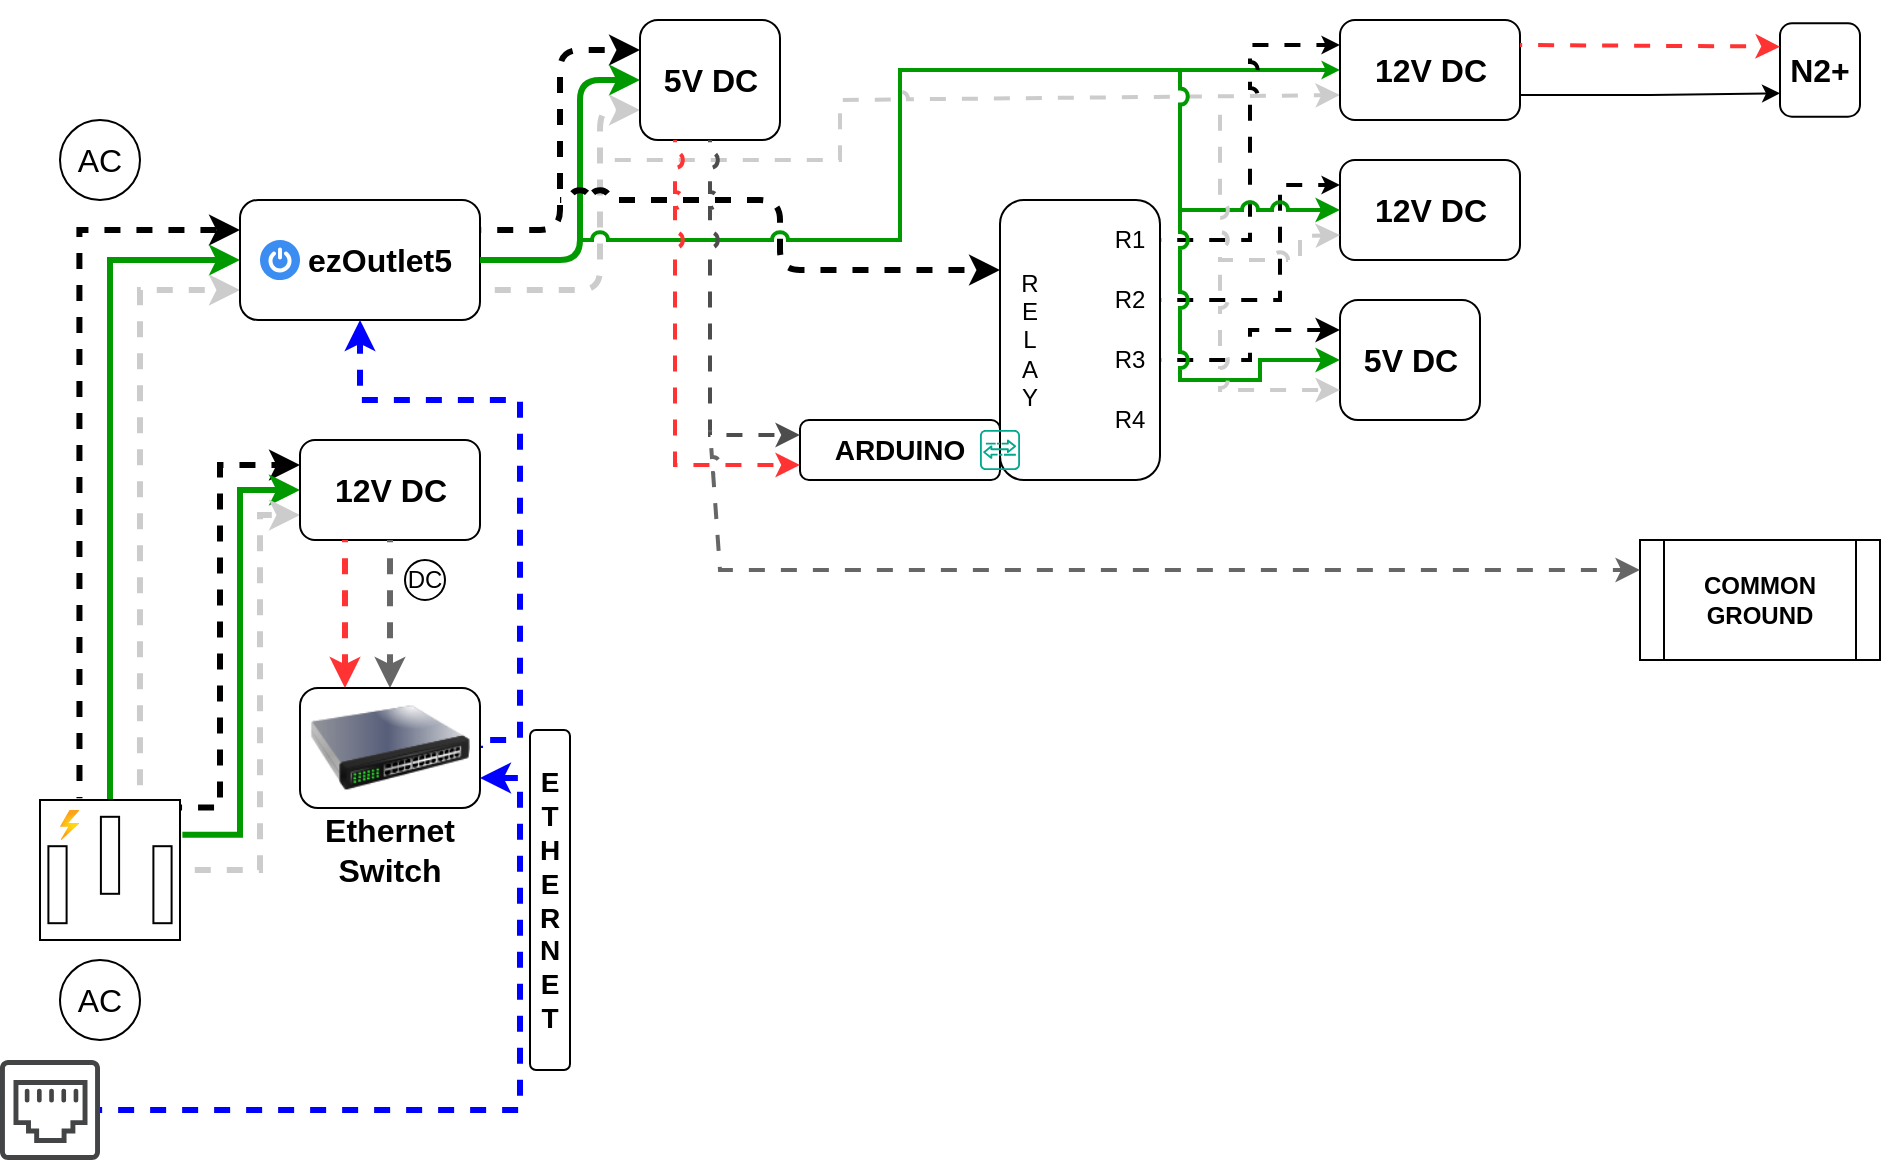
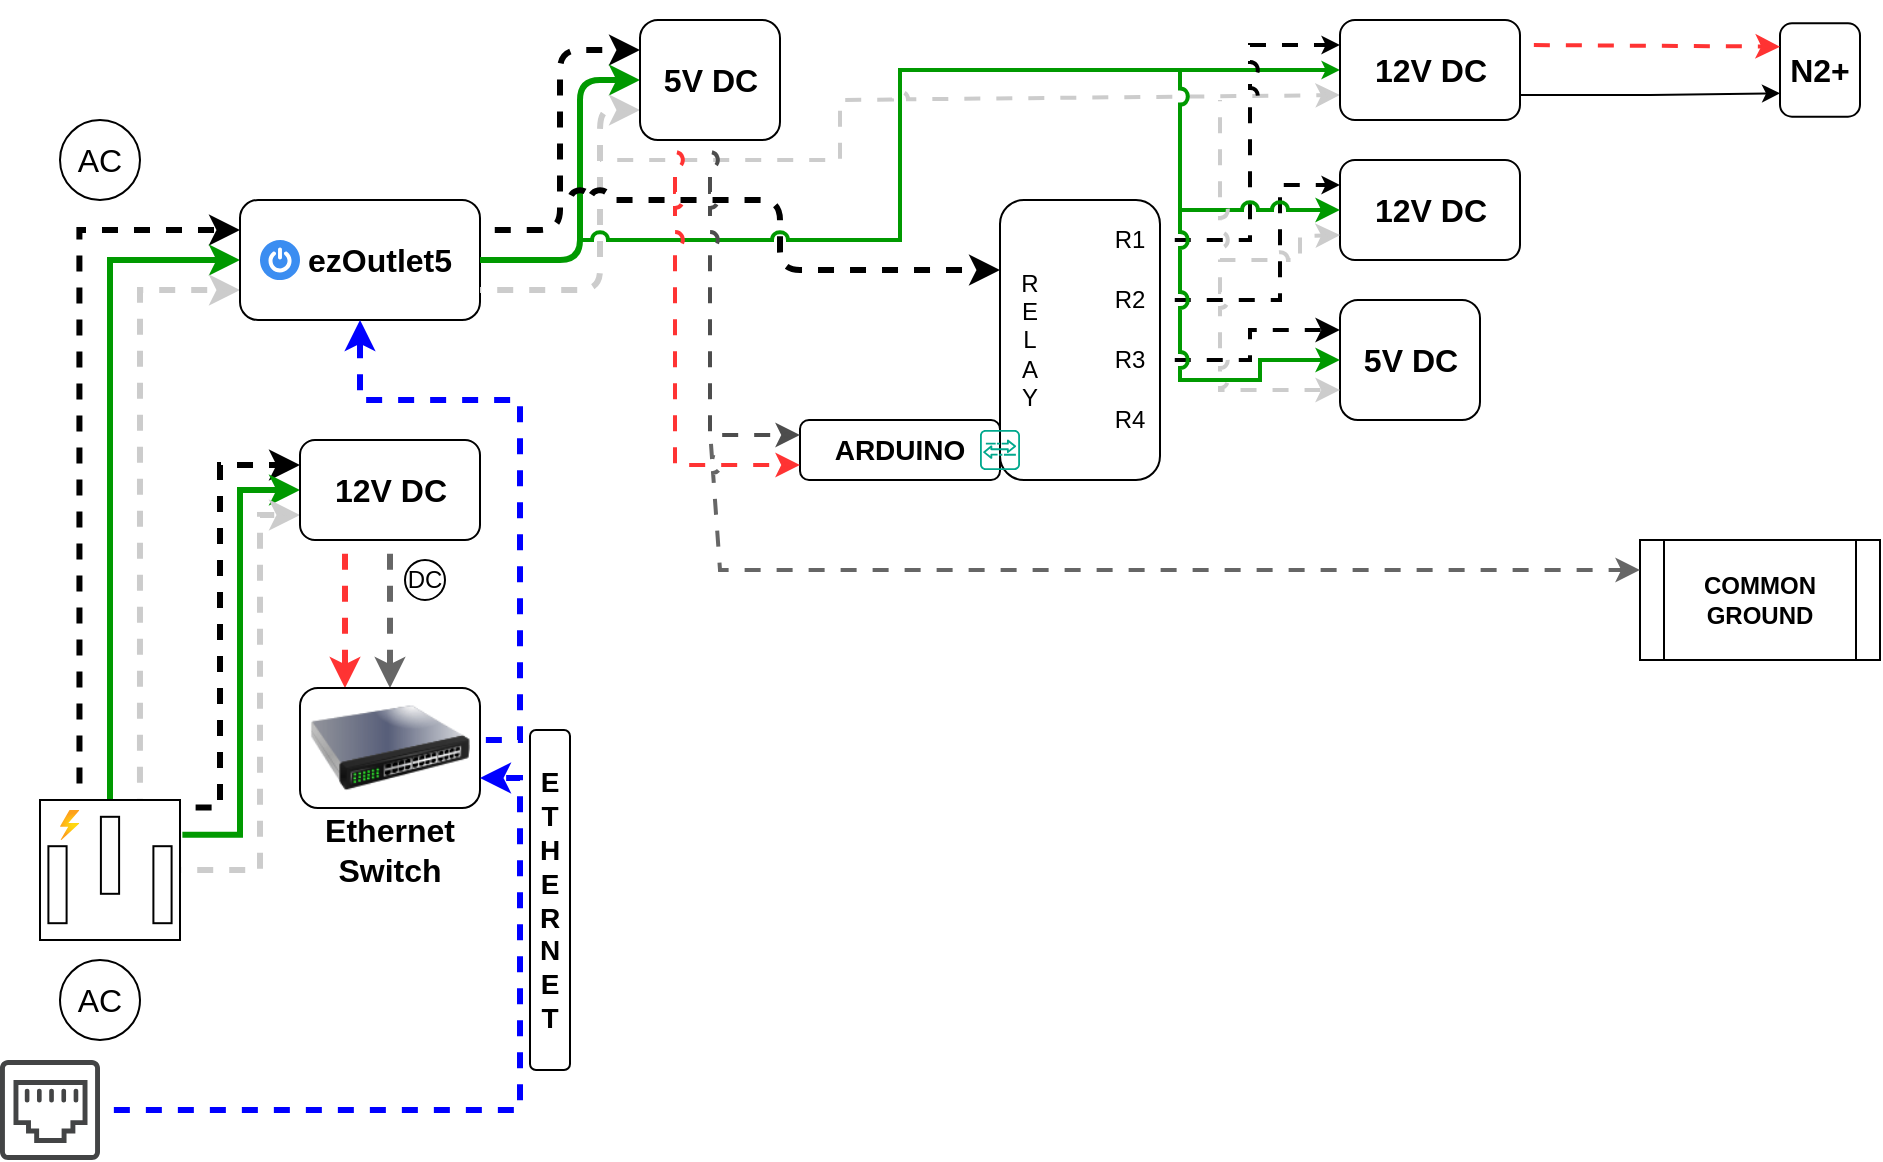
<mxfile host="app.diagrams.net" agent="Mozilla/5.0 (Windows NT 10.0; Win64; x64) AppleWebKit/537.36 (KHTML, like Gecko) Chrome/131.0.0.0 Safari/537.36 Edg/131.0.0.0" version="25.0.3">
  <diagram name="Page-1" id="VlRkN-xOVygPYa-iD9Ir">
    <mxGraphModel dx="724" dy="454" grid="1" gridSize="10" guides="1" tooltips="1" connect="1" arrows="1" fold="1" page="1" pageScale="1" pageWidth="1600" pageHeight="900" background="none" math="0" shadow="0">
      <root>
        <mxCell id="0" />
        <mxCell id="1" parent="0" />
-         <mxCell id="JVLtuT8sySUBbFbLTn6r-3" style="edgeStyle=orthogonalEdgeStyle;rounded=0;orthogonalLoop=1;jettySize=auto;html=1;entryX=0;entryY=0.25;entryDx=0;entryDy=0;exitX=0.282;exitY=-0.013;exitDx=0;exitDy=0;exitPerimeter=0;strokeWidth=3;flowAnimation=1;flowAnimationDirection=alternate;flowAnimationTimingFunction=ease-in-out;flowAnimationDuration=1500;" parent="1" source="pD8juBFKP1GN8B8eYQTb-1" target="pD8juBFKP1GN8B8eYQTb-3" edge="1">
-           <mxGeometry relative="1" as="geometry" />
-         </mxCell>
-         <mxCell id="JVLtuT8sySUBbFbLTn6r-4" style="edgeStyle=orthogonalEdgeStyle;rounded=0;orthogonalLoop=1;jettySize=auto;html=1;exitX=0.5;exitY=0;exitDx=0;exitDy=0;exitPerimeter=0;entryX=0;entryY=0.5;entryDx=0;entryDy=0;strokeColor=#009900;strokeWidth=3;" parent="1" source="pD8juBFKP1GN8B8eYQTb-1" target="pD8juBFKP1GN8B8eYQTb-3" edge="1">
-           <mxGeometry relative="1" as="geometry" />
-         </mxCell>
-         <mxCell id="JVLtuT8sySUBbFbLTn6r-5" style="edgeStyle=orthogonalEdgeStyle;rounded=0;orthogonalLoop=1;jettySize=auto;html=1;entryX=0;entryY=0.75;entryDx=0;entryDy=0;exitX=0.714;exitY=0;exitDx=0;exitDy=0;exitPerimeter=0;strokeWidth=3;strokeColor=#CCCCCC;flowAnimation=1;flowAnimationDirection=alternate-reverse;flowAnimationTimingFunction=ease-in-out;flowAnimationDuration=1500;" parent="1" source="pD8juBFKP1GN8B8eYQTb-1" target="pD8juBFKP1GN8B8eYQTb-3" edge="1">
+         <mxCell id="JVLtuT8sySUBbFbLTn6r-3" style="edgeStyle=orthogonalEdgeStyle;rounded=0;orthogonalLoop=1;jettySize=auto;html=1;entryX=0;entryY=0.25;entryDx=0;entryDy=0;exitX=0.282;exitY=-0.013;exitDx=0;exitDy=0;exitPerimeter=0;strokeWidth=3;flowAnimation=1;flowAnimationDirection=alternate;flowAnimationTimingFunction=ease-in-out;flowAnimationDuration=1500;jumpStyle=arc;" parent="1" source="pD8juBFKP1GN8B8eYQTb-1" target="pD8juBFKP1GN8B8eYQTb-3" edge="1">
+           <mxGeometry relative="1" as="geometry" />
+         </mxCell>
+         <mxCell id="JVLtuT8sySUBbFbLTn6r-4" style="edgeStyle=orthogonalEdgeStyle;rounded=0;orthogonalLoop=1;jettySize=auto;html=1;exitX=0.5;exitY=0;exitDx=0;exitDy=0;exitPerimeter=0;entryX=0;entryY=0.5;entryDx=0;entryDy=0;strokeColor=#009900;strokeWidth=3;jumpStyle=arc;" parent="1" source="pD8juBFKP1GN8B8eYQTb-1" target="pD8juBFKP1GN8B8eYQTb-3" edge="1">
+           <mxGeometry relative="1" as="geometry" />
+         </mxCell>
+         <mxCell id="JVLtuT8sySUBbFbLTn6r-5" style="edgeStyle=orthogonalEdgeStyle;rounded=0;orthogonalLoop=1;jettySize=auto;html=1;entryX=0;entryY=0.75;entryDx=0;entryDy=0;exitX=0.714;exitY=0;exitDx=0;exitDy=0;exitPerimeter=0;strokeWidth=3;strokeColor=#CCCCCC;flowAnimation=1;flowAnimationDirection=alternate-reverse;flowAnimationTimingFunction=ease-in-out;flowAnimationDuration=1500;jumpStyle=arc;" parent="1" source="pD8juBFKP1GN8B8eYQTb-1" target="pD8juBFKP1GN8B8eYQTb-3" edge="1">
          <mxGeometry relative="1" as="geometry">
            <mxPoint x="120" y="320" as="targetPoint" />
          </mxGeometry>
        </mxCell>
-         <mxCell id="JVLtuT8sySUBbFbLTn6r-6" style="edgeStyle=orthogonalEdgeStyle;rounded=0;orthogonalLoop=1;jettySize=auto;html=1;entryX=0;entryY=0.25;entryDx=0;entryDy=0;exitX=1.006;exitY=0.054;exitDx=0;exitDy=0;exitPerimeter=0;strokeWidth=3;flowAnimation=1;flowAnimationDirection=alternate;flowAnimationTimingFunction=ease-in-out;flowAnimationDuration=1500;" parent="1" source="pD8juBFKP1GN8B8eYQTb-1" target="pD8juBFKP1GN8B8eYQTb-24" edge="1">
+         <mxCell id="JVLtuT8sySUBbFbLTn6r-6" style="edgeStyle=orthogonalEdgeStyle;rounded=0;orthogonalLoop=1;jettySize=auto;html=1;entryX=0;entryY=0.25;entryDx=0;entryDy=0;exitX=1.006;exitY=0.054;exitDx=0;exitDy=0;exitPerimeter=0;strokeWidth=3;flowAnimation=1;flowAnimationDirection=alternate;flowAnimationTimingFunction=ease-in-out;flowAnimationDuration=1500;jumpStyle=arc;" parent="1" source="pD8juBFKP1GN8B8eYQTb-1" target="pD8juBFKP1GN8B8eYQTb-24" edge="1">
          <mxGeometry relative="1" as="geometry">
            <Array as="points">
              <mxPoint x="120" y="404" />
              <mxPoint x="120" y="233" />
            </Array>
          </mxGeometry>
        </mxCell>
-         <mxCell id="JVLtuT8sySUBbFbLTn6r-7" style="edgeStyle=orthogonalEdgeStyle;rounded=0;orthogonalLoop=1;jettySize=auto;html=1;entryX=0;entryY=0.5;entryDx=0;entryDy=0;exitX=1.017;exitY=0.249;exitDx=0;exitDy=0;exitPerimeter=0;strokeWidth=3;strokeColor=#009900;" parent="1" source="pD8juBFKP1GN8B8eYQTb-1" target="pD8juBFKP1GN8B8eYQTb-24" edge="1">
-           <mxGeometry relative="1" as="geometry" />
-         </mxCell>
-         <mxCell id="JVLtuT8sySUBbFbLTn6r-8" style="edgeStyle=orthogonalEdgeStyle;rounded=0;orthogonalLoop=1;jettySize=auto;html=1;entryX=0;entryY=0.75;entryDx=0;entryDy=0;strokeColor=#CCCCCC;strokeWidth=3;flowAnimation=1;flowAnimationDirection=alternate-reverse;flowAnimationTimingFunction=ease-in-out;flowAnimationDuration=1500;" parent="1" source="pD8juBFKP1GN8B8eYQTb-1" target="pD8juBFKP1GN8B8eYQTb-24" edge="1">
+         <mxCell id="JVLtuT8sySUBbFbLTn6r-7" style="edgeStyle=orthogonalEdgeStyle;rounded=0;orthogonalLoop=1;jettySize=auto;html=1;entryX=0;entryY=0.5;entryDx=0;entryDy=0;exitX=1.017;exitY=0.249;exitDx=0;exitDy=0;exitPerimeter=0;strokeWidth=3;strokeColor=#009900;jumpStyle=arc;" parent="1" source="pD8juBFKP1GN8B8eYQTb-1" target="pD8juBFKP1GN8B8eYQTb-24" edge="1">
+           <mxGeometry relative="1" as="geometry" />
+         </mxCell>
+         <mxCell id="JVLtuT8sySUBbFbLTn6r-8" style="edgeStyle=orthogonalEdgeStyle;rounded=0;orthogonalLoop=1;jettySize=auto;html=1;entryX=0;entryY=0.75;entryDx=0;entryDy=0;strokeColor=#CCCCCC;strokeWidth=3;flowAnimation=1;flowAnimationDirection=alternate-reverse;flowAnimationTimingFunction=ease-in-out;flowAnimationDuration=1500;jumpStyle=arc;" parent="1" source="pD8juBFKP1GN8B8eYQTb-1" target="pD8juBFKP1GN8B8eYQTb-24" edge="1">
          <mxGeometry relative="1" as="geometry">
            <Array as="points">
              <mxPoint x="140" y="435" />
              <mxPoint x="140" y="258" />
            </Array>
          </mxGeometry>
        </mxCell>
        <mxCell id="JVLtuT8sySUBbFbLTn6r-1" value="" style="group" parent="1" vertex="1" connectable="0">
          <mxGeometry x="30" y="480" width="60" height="40" as="geometry" />
        </mxCell>
        <mxCell id="pD8juBFKP1GN8B8eYQTb-22" value="AC" style="text;html=1;align=center;verticalAlign=middle;whiteSpace=wrap;rounded=0;fontSize=16;" parent="JVLtuT8sySUBbFbLTn6r-1" vertex="1">
          <mxGeometry y="5" width="60" height="30" as="geometry" />
        </mxCell>
        <mxCell id="pD8juBFKP1GN8B8eYQTb-23" value="" style="ellipse;whiteSpace=wrap;html=1;fillColor=none;" parent="JVLtuT8sySUBbFbLTn6r-1" vertex="1">
          <mxGeometry x="10" width="40" height="40" as="geometry" />
        </mxCell>
        <mxCell id="JVLtuT8sySUBbFbLTn6r-2" value="" style="group" parent="1" vertex="1" connectable="0">
          <mxGeometry x="30" y="60" width="60" height="40" as="geometry" />
        </mxCell>
        <mxCell id="pD8juBFKP1GN8B8eYQTb-9" value="" style="ellipse;whiteSpace=wrap;html=1;fillColor=none;" parent="JVLtuT8sySUBbFbLTn6r-2" vertex="1">
          <mxGeometry x="10" width="40" height="40" as="geometry" />
        </mxCell>
        <mxCell id="pD8juBFKP1GN8B8eYQTb-11" value="AC" style="text;html=1;align=center;verticalAlign=middle;whiteSpace=wrap;rounded=0;fontSize=16;" parent="JVLtuT8sySUBbFbLTn6r-2" vertex="1">
          <mxGeometry y="5" width="60" height="30" as="geometry" />
        </mxCell>
        <mxCell id="JVLtuT8sySUBbFbLTn6r-9" value="" style="group" parent="1" vertex="1" connectable="0">
          <mxGeometry x="130" y="100" width="120" height="60" as="geometry" />
        </mxCell>
        <mxCell id="JVLtuT8sySUBbFbLTn6r-16" value="" style="group" parent="JVLtuT8sySUBbFbLTn6r-9" vertex="1" connectable="0">
          <mxGeometry width="120" height="60" as="geometry" />
        </mxCell>
        <mxCell id="pD8juBFKP1GN8B8eYQTb-3" value="" style="rounded=1;whiteSpace=wrap;html=1;" parent="JVLtuT8sySUBbFbLTn6r-16" vertex="1">
          <mxGeometry width="120" height="60" as="geometry" />
        </mxCell>
        <mxCell id="JVLtuT8sySUBbFbLTn6r-13" value="" style="sketch=0;html=1;aspect=fixed;strokeColor=none;shadow=0;fillColor=#3B8DF1;verticalAlign=top;labelPosition=center;verticalLabelPosition=bottom;shape=mxgraph.gcp2.a7_power" parent="JVLtuT8sySUBbFbLTn6r-16" vertex="1">
          <mxGeometry x="10" y="20" width="20" height="20" as="geometry" />
        </mxCell>
        <mxCell id="pD8juBFKP1GN8B8eYQTb-15" value="&lt;b&gt;ezOutlet5&lt;/b&gt;" style="text;html=1;align=center;verticalAlign=middle;whiteSpace=wrap;rounded=0;fontSize=16;" parent="JVLtuT8sySUBbFbLTn6r-16" vertex="1">
          <mxGeometry x="40" y="10" width="60" height="40" as="geometry" />
        </mxCell>
        <mxCell id="JVLtuT8sySUBbFbLTn6r-11" value="" style="group" parent="1" vertex="1" connectable="0">
          <mxGeometry x="160" y="220" width="90" height="50" as="geometry" />
        </mxCell>
        <mxCell id="JVLtuT8sySUBbFbLTn6r-72" value="" style="group" parent="JVLtuT8sySUBbFbLTn6r-11" vertex="1" connectable="0">
          <mxGeometry width="90" height="50" as="geometry" />
        </mxCell>
        <mxCell id="pD8juBFKP1GN8B8eYQTb-24" value="" style="rounded=1;whiteSpace=wrap;html=1;" parent="JVLtuT8sySUBbFbLTn6r-72" vertex="1">
          <mxGeometry width="90" height="50" as="geometry" />
        </mxCell>
        <mxCell id="JVLtuT8sySUBbFbLTn6r-10" value="&lt;font style=&quot;font-size: 16px;&quot;&gt;&lt;b&gt;12V DC&lt;/b&gt;&lt;/font&gt;" style="text;html=1;align=center;verticalAlign=middle;whiteSpace=wrap;rounded=0;" parent="JVLtuT8sySUBbFbLTn6r-72" vertex="1">
          <mxGeometry x="15.75" y="10" width="58.5" height="30" as="geometry" />
        </mxCell>
        <mxCell id="JVLtuT8sySUBbFbLTn6r-18" value="" style="group" parent="1" vertex="1" connectable="0">
          <mxGeometry x="30" y="400" width="70" height="70" as="geometry" />
        </mxCell>
        <mxCell id="pD8juBFKP1GN8B8eYQTb-1" value="" style="pointerEvents=1;verticalLabelPosition=bottom;shadow=0;dashed=0;align=center;html=1;verticalAlign=top;shape=mxgraph.electrical.miscellaneous.ac_out" parent="JVLtuT8sySUBbFbLTn6r-18" vertex="1">
          <mxGeometry width="70" height="70" as="geometry" />
        </mxCell>
        <mxCell id="JVLtuT8sySUBbFbLTn6r-12" value="" style="image;aspect=fixed;html=1;points=[];align=center;fontSize=12;image=img/lib/azure2/general/Power.svg;" parent="JVLtuT8sySUBbFbLTn6r-18" vertex="1">
          <mxGeometry x="10" y="5" width="9.72" height="15" as="geometry" />
        </mxCell>
-         <mxCell id="JVLtuT8sySUBbFbLTn6r-23" style="edgeStyle=orthogonalEdgeStyle;rounded=0;orthogonalLoop=1;jettySize=auto;html=1;entryX=0.25;entryY=0;entryDx=0;entryDy=0;exitX=0.25;exitY=1;exitDx=0;exitDy=0;strokeColor=#FF3333;strokeWidth=3;flowAnimation=1;" parent="1" source="pD8juBFKP1GN8B8eYQTb-24" target="JVLtuT8sySUBbFbLTn6r-19" edge="1">
+         <mxCell id="JVLtuT8sySUBbFbLTn6r-23" style="edgeStyle=orthogonalEdgeStyle;rounded=0;orthogonalLoop=1;jettySize=auto;html=1;entryX=0.25;entryY=0;entryDx=0;entryDy=0;exitX=0.25;exitY=1;exitDx=0;exitDy=0;strokeColor=#FF3333;strokeWidth=3;flowAnimation=1;jumpStyle=arc;" parent="1" source="pD8juBFKP1GN8B8eYQTb-24" target="JVLtuT8sySUBbFbLTn6r-19" edge="1">
          <mxGeometry relative="1" as="geometry" />
        </mxCell>
        <mxCell id="JVLtuT8sySUBbFbLTn6r-28" value="" style="group" parent="1" vertex="1" connectable="0">
          <mxGeometry x="210" y="280" width="25" height="20" as="geometry" />
        </mxCell>
        <mxCell id="JVLtuT8sySUBbFbLTn6r-26" value="" style="ellipse;whiteSpace=wrap;html=1;aspect=fixed;" parent="JVLtuT8sySUBbFbLTn6r-28" vertex="1">
          <mxGeometry x="2.5" width="20" height="20" as="geometry" />
        </mxCell>
        <mxCell id="JVLtuT8sySUBbFbLTn6r-27" value="&lt;font&gt;DC&lt;/font&gt;" style="text;html=1;align=center;verticalAlign=middle;whiteSpace=wrap;rounded=0;" parent="JVLtuT8sySUBbFbLTn6r-28" vertex="1">
          <mxGeometry y="2.5" width="25" height="15" as="geometry" />
        </mxCell>
-         <mxCell id="JVLtuT8sySUBbFbLTn6r-29" style="edgeStyle=orthogonalEdgeStyle;rounded=0;orthogonalLoop=1;jettySize=auto;html=1;exitX=0.5;exitY=1;exitDx=0;exitDy=0;entryX=0.5;entryY=0;entryDx=0;entryDy=0;strokeWidth=3;flowAnimation=1;strokeColor=#666666;" parent="1" source="pD8juBFKP1GN8B8eYQTb-24" target="JVLtuT8sySUBbFbLTn6r-19" edge="1">
-           <mxGeometry relative="1" as="geometry" />
-         </mxCell>
-         <mxCell id="JVLtuT8sySUBbFbLTn6r-30" style="edgeStyle=orthogonalEdgeStyle;rounded=0;orthogonalLoop=1;jettySize=auto;html=1;exitX=1;exitY=0.5;exitDx=0;exitDy=0;entryX=0.5;entryY=1;entryDx=0;entryDy=0;strokeColor=#0000FF;strokeWidth=3;flowAnimation=1;" parent="1" source="JVLtuT8sySUBbFbLTn6r-19" target="pD8juBFKP1GN8B8eYQTb-3" edge="1">
+         <mxCell id="JVLtuT8sySUBbFbLTn6r-29" style="edgeStyle=orthogonalEdgeStyle;rounded=0;orthogonalLoop=1;jettySize=auto;html=1;exitX=0.5;exitY=1;exitDx=0;exitDy=0;entryX=0.5;entryY=0;entryDx=0;entryDy=0;strokeWidth=3;flowAnimation=1;strokeColor=#666666;jumpStyle=arc;" parent="1" source="pD8juBFKP1GN8B8eYQTb-24" target="JVLtuT8sySUBbFbLTn6r-19" edge="1">
+           <mxGeometry relative="1" as="geometry" />
+         </mxCell>
+         <mxCell id="JVLtuT8sySUBbFbLTn6r-30" style="edgeStyle=orthogonalEdgeStyle;rounded=0;orthogonalLoop=1;jettySize=auto;html=1;exitX=1;exitY=0.5;exitDx=0;exitDy=0;entryX=0.5;entryY=1;entryDx=0;entryDy=0;strokeColor=#0000FF;strokeWidth=3;flowAnimation=1;jumpStyle=arc;" parent="1" source="JVLtuT8sySUBbFbLTn6r-19" target="pD8juBFKP1GN8B8eYQTb-3" edge="1">
          <mxGeometry relative="1" as="geometry">
            <Array as="points">
              <mxPoint x="270" y="370" />
              <mxPoint x="270" y="200" />
              <mxPoint x="190" y="200" />
            </Array>
          </mxGeometry>
        </mxCell>
        <mxCell id="JVLtuT8sySUBbFbLTn6r-33" value="" style="rounded=1;whiteSpace=wrap;html=1;" parent="1" vertex="1">
          <mxGeometry x="510" y="100" width="80" height="140" as="geometry" />
        </mxCell>
-         <mxCell id="JVLtuT8sySUBbFbLTn6r-35" style="edgeStyle=orthogonalEdgeStyle;rounded=1;orthogonalLoop=1;jettySize=auto;html=1;exitX=1;exitY=0.25;exitDx=0;exitDy=0;entryX=0;entryY=0.25;entryDx=0;entryDy=0;curved=0;strokeWidth=3;flowAnimation=1;flowAnimationDirection=alternate;flowAnimationTimingFunction=ease-in-out;flowAnimationDuration=1500;" parent="1" source="pD8juBFKP1GN8B8eYQTb-3" target="JVLtuT8sySUBbFbLTn6r-34" edge="1">
-           <mxGeometry relative="1" as="geometry" />
-         </mxCell>
-         <mxCell id="JVLtuT8sySUBbFbLTn6r-36" style="edgeStyle=orthogonalEdgeStyle;rounded=1;orthogonalLoop=1;jettySize=auto;html=1;exitX=1;exitY=0.5;exitDx=0;exitDy=0;entryX=0;entryY=0.5;entryDx=0;entryDy=0;curved=0;strokeWidth=3;strokeColor=#009900;" parent="1" source="pD8juBFKP1GN8B8eYQTb-3" target="JVLtuT8sySUBbFbLTn6r-34" edge="1">
+         <mxCell id="JVLtuT8sySUBbFbLTn6r-35" style="edgeStyle=orthogonalEdgeStyle;rounded=1;orthogonalLoop=1;jettySize=auto;html=1;exitX=1;exitY=0.25;exitDx=0;exitDy=0;entryX=0;entryY=0.25;entryDx=0;entryDy=0;curved=0;strokeWidth=3;flowAnimation=1;flowAnimationDirection=alternate;flowAnimationTimingFunction=ease-in-out;flowAnimationDuration=1500;jumpStyle=arc;" parent="1" source="pD8juBFKP1GN8B8eYQTb-3" target="JVLtuT8sySUBbFbLTn6r-34" edge="1">
+           <mxGeometry relative="1" as="geometry" />
+         </mxCell>
+         <mxCell id="JVLtuT8sySUBbFbLTn6r-36" style="edgeStyle=orthogonalEdgeStyle;rounded=1;orthogonalLoop=1;jettySize=auto;html=1;exitX=1;exitY=0.5;exitDx=0;exitDy=0;entryX=0;entryY=0.5;entryDx=0;entryDy=0;curved=0;strokeWidth=3;strokeColor=#009900;jumpStyle=arc;" parent="1" source="pD8juBFKP1GN8B8eYQTb-3" target="JVLtuT8sySUBbFbLTn6r-34" edge="1">
          <mxGeometry relative="1" as="geometry">
            <Array as="points">
              <mxPoint x="300" y="130" />
              <mxPoint x="300" y="40" />
            </Array>
          </mxGeometry>
        </mxCell>
-         <mxCell id="JVLtuT8sySUBbFbLTn6r-37" style="edgeStyle=orthogonalEdgeStyle;rounded=1;orthogonalLoop=1;jettySize=auto;html=1;exitX=1;exitY=0.75;exitDx=0;exitDy=0;entryX=0;entryY=0.75;entryDx=0;entryDy=0;curved=0;strokeColor=#CCCCCC;strokeWidth=3;flowAnimation=1;flowAnimationDirection=alternate-reverse;flowAnimationTimingFunction=ease-in-out;flowAnimationDuration=1500;" parent="1" source="pD8juBFKP1GN8B8eYQTb-3" target="JVLtuT8sySUBbFbLTn6r-34" edge="1">
+         <mxCell id="JVLtuT8sySUBbFbLTn6r-37" style="edgeStyle=orthogonalEdgeStyle;rounded=1;orthogonalLoop=1;jettySize=auto;html=1;exitX=1;exitY=0.75;exitDx=0;exitDy=0;entryX=0;entryY=0.75;entryDx=0;entryDy=0;curved=0;strokeColor=#CCCCCC;strokeWidth=3;flowAnimation=1;flowAnimationDirection=alternate-reverse;flowAnimationTimingFunction=ease-in-out;flowAnimationDuration=1500;jumpStyle=arc;" parent="1" source="pD8juBFKP1GN8B8eYQTb-3" target="JVLtuT8sySUBbFbLTn6r-34" edge="1">
          <mxGeometry relative="1" as="geometry">
            <Array as="points">
              <mxPoint x="310" y="145" />
              <mxPoint x="310" y="55" />
            </Array>
          </mxGeometry>
        </mxCell>
        <mxCell id="JVLtuT8sySUBbFbLTn6r-40" value="" style="endArrow=classic;html=1;rounded=1;curved=0;entryX=0;entryY=0.25;entryDx=0;entryDy=0;jumpStyle=arc;strokeWidth=3;flowAnimation=1;flowAnimationDirection=alternate;flowAnimationTimingFunction=ease-in-out;flowAnimationDuration=1500;" parent="1" target="JVLtuT8sySUBbFbLTn6r-33" edge="1">
          <mxGeometry width="50" height="50" relative="1" as="geometry">
            <mxPoint x="290" y="100" as="sourcePoint" />
            <mxPoint x="410" y="170" as="targetPoint" />
            <Array as="points">
              <mxPoint x="400" y="100" />
              <mxPoint x="400" y="135" />
            </Array>
          </mxGeometry>
        </mxCell>
        <mxCell id="JVLtuT8sySUBbFbLTn6r-51" value="" style="group" parent="1" vertex="1" connectable="0">
          <mxGeometry x="160" y="344" width="90" height="96" as="geometry" />
        </mxCell>
        <mxCell id="JVLtuT8sySUBbFbLTn6r-21" value="" style="group" parent="JVLtuT8sySUBbFbLTn6r-51" vertex="1" connectable="0">
          <mxGeometry width="90" height="70" as="geometry" />
        </mxCell>
        <mxCell id="JVLtuT8sySUBbFbLTn6r-50" value="" style="group" parent="JVLtuT8sySUBbFbLTn6r-21" vertex="1" connectable="0">
          <mxGeometry width="90" height="70" as="geometry" />
        </mxCell>
        <mxCell id="JVLtuT8sySUBbFbLTn6r-19" value="" style="rounded=1;whiteSpace=wrap;html=1;" parent="JVLtuT8sySUBbFbLTn6r-50" vertex="1">
          <mxGeometry width="90" height="60" as="geometry" />
        </mxCell>
        <mxCell id="JVLtuT8sySUBbFbLTn6r-49" value="" style="image;html=1;image=img/lib/clip_art/networking/Switch_128x128.png" parent="JVLtuT8sySUBbFbLTn6r-50" vertex="1">
          <mxGeometry x="5" y="-10" width="80" height="80" as="geometry" />
        </mxCell>
        <mxCell id="JVLtuT8sySUBbFbLTn6r-20" value="&lt;b&gt;&lt;font style=&quot;font-size: 16px;&quot;&gt;Ethernet&lt;/font&gt;&lt;/b&gt;&lt;div&gt;&lt;b&gt;&lt;font style=&quot;font-size: 16px;&quot;&gt;Switch&lt;/font&gt;&lt;/b&gt;&lt;/div&gt;" style="text;html=1;align=center;verticalAlign=middle;whiteSpace=wrap;rounded=0;" parent="JVLtuT8sySUBbFbLTn6r-51" vertex="1">
          <mxGeometry x="15" y="66" width="60" height="30" as="geometry" />
        </mxCell>
        <mxCell id="JVLtuT8sySUBbFbLTn6r-53" value="" style="group" parent="1" vertex="1" connectable="0">
          <mxGeometry x="330" y="10" width="70" height="60" as="geometry" />
        </mxCell>
        <mxCell id="JVLtuT8sySUBbFbLTn6r-71" value="" style="group" parent="JVLtuT8sySUBbFbLTn6r-53" vertex="1" connectable="0">
          <mxGeometry width="70" height="60" as="geometry" />
        </mxCell>
        <mxCell id="JVLtuT8sySUBbFbLTn6r-34" value="" style="rounded=1;whiteSpace=wrap;html=1;" parent="JVLtuT8sySUBbFbLTn6r-71" vertex="1">
          <mxGeometry width="70" height="60" as="geometry" />
        </mxCell>
        <mxCell id="JVLtuT8sySUBbFbLTn6r-52" value="&lt;font style=&quot;font-size: 16px;&quot;&gt;&lt;b&gt;5&lt;/b&gt;&lt;/font&gt;&lt;b style=&quot;font-size: 16px; background-color: initial;&quot;&gt;V DC&lt;/b&gt;" style="text;html=1;align=center;verticalAlign=middle;whiteSpace=wrap;rounded=0;" parent="JVLtuT8sySUBbFbLTn6r-71" vertex="1">
          <mxGeometry x="5.75" y="15" width="58.5" height="30" as="geometry" />
        </mxCell>
        <mxCell id="JVLtuT8sySUBbFbLTn6r-54" value="" style="endArrow=classic;html=1;rounded=0;entryX=0;entryY=0.5;entryDx=0;entryDy=0;jumpStyle=arc;strokeColor=#009900;strokeWidth=2;endSize=3;" parent="1" target="JVLtuT8sySUBbFbLTn6r-74" edge="1">
          <mxGeometry width="50" height="50" relative="1" as="geometry">
            <mxPoint x="300" y="120" as="sourcePoint" />
            <mxPoint x="350" y="80" as="targetPoint" />
            <Array as="points">
              <mxPoint x="460" y="120" />
              <mxPoint x="460" y="35" />
            </Array>
          </mxGeometry>
        </mxCell>
        <mxCell id="JVLtuT8sySUBbFbLTn6r-55" value="" style="endArrow=classic;html=1;rounded=0;entryX=0;entryY=0.75;entryDx=0;entryDy=0;strokeColor=#CCCCCC;strokeWidth=2;jumpStyle=arc;flowAnimation=1;flowAnimationDirection=alternate-reverse;flowAnimationTimingFunction=ease-in-out;flowAnimationDuration=1500;" parent="1" target="JVLtuT8sySUBbFbLTn6r-74" edge="1">
          <mxGeometry width="50" height="50" relative="1" as="geometry">
            <mxPoint x="310" y="80" as="sourcePoint" />
            <mxPoint x="350" y="140" as="targetPoint" />
            <Array as="points">
              <mxPoint x="430" y="80" />
              <mxPoint x="430" y="50" />
              <mxPoint x="520" y="50" />
            </Array>
          </mxGeometry>
        </mxCell>
        <mxCell id="JVLtuT8sySUBbFbLTn6r-56" value="R&lt;div&gt;E&lt;/div&gt;&lt;div&gt;L&lt;/div&gt;&lt;div&gt;A&lt;/div&gt;&lt;div&gt;Y&lt;/div&gt;" style="text;html=1;align=center;verticalAlign=middle;whiteSpace=wrap;rounded=0;" parent="1" vertex="1">
          <mxGeometry x="510" y="135" width="30" height="70" as="geometry" />
        </mxCell>
        <mxCell id="JVLtuT8sySUBbFbLTn6r-79" style="edgeStyle=orthogonalEdgeStyle;rounded=0;orthogonalLoop=1;jettySize=auto;html=1;exitX=1;exitY=0.5;exitDx=0;exitDy=0;entryX=0;entryY=0.25;entryDx=0;entryDy=0;strokeWidth=2;flowAnimation=1;flowAnimationDirection=alternate;flowAnimationTimingFunction=ease-in-out;flowAnimationDuration=1500;jumpStyle=arc;endSize=3;" parent="1" source="JVLtuT8sySUBbFbLTn6r-57" target="JVLtuT8sySUBbFbLTn6r-74" edge="1">
          <mxGeometry relative="1" as="geometry" />
        </mxCell>
        <mxCell id="JVLtuT8sySUBbFbLTn6r-57" value="R1" style="text;html=1;align=center;verticalAlign=middle;whiteSpace=wrap;rounded=0;" parent="1" vertex="1">
          <mxGeometry x="560" y="105" width="30" height="30" as="geometry" />
        </mxCell>
        <mxCell id="JVLtuT8sySUBbFbLTn6r-80" style="edgeStyle=orthogonalEdgeStyle;rounded=0;orthogonalLoop=1;jettySize=auto;html=1;exitX=1;exitY=0.5;exitDx=0;exitDy=0;entryX=0;entryY=0.25;entryDx=0;entryDy=0;strokeWidth=2;flowAnimation=1;flowAnimationDirection=alternate;flowAnimationTimingFunction=ease-in-out;flowAnimationDuration=1500;endSize=3;jumpStyle=arc;" parent="1" source="JVLtuT8sySUBbFbLTn6r-58" target="JVLtuT8sySUBbFbLTn6r-77" edge="1">
          <mxGeometry relative="1" as="geometry">
            <Array as="points">
              <mxPoint x="650" y="150" />
              <mxPoint x="650" y="93" />
            </Array>
          </mxGeometry>
        </mxCell>
        <mxCell id="JVLtuT8sySUBbFbLTn6r-58" value="R2" style="text;html=1;align=center;verticalAlign=middle;whiteSpace=wrap;rounded=0;" parent="1" vertex="1">
          <mxGeometry x="560" y="135" width="30" height="30" as="geometry" />
        </mxCell>
        <mxCell id="JVLtuT8sySUBbFbLTn6r-81" style="edgeStyle=orthogonalEdgeStyle;rounded=0;orthogonalLoop=1;jettySize=auto;html=1;exitX=1;exitY=0.5;exitDx=0;exitDy=0;entryX=0;entryY=0.25;entryDx=0;entryDy=0;strokeWidth=2;flowAnimation=1;flowAnimationDirection=alternate;flowAnimationTimingFunction=ease-in-out;flowAnimationDuration=1500;jumpStyle=arc;" parent="1" source="JVLtuT8sySUBbFbLTn6r-59" target="JVLtuT8sySUBbFbLTn6r-63" edge="1">
          <mxGeometry relative="1" as="geometry" />
        </mxCell>
        <mxCell id="JVLtuT8sySUBbFbLTn6r-59" value="R3" style="text;html=1;align=center;verticalAlign=middle;whiteSpace=wrap;rounded=0;" parent="1" vertex="1">
          <mxGeometry x="560" y="165" width="30" height="30" as="geometry" />
        </mxCell>
        <mxCell id="JVLtuT8sySUBbFbLTn6r-60" value="R4" style="text;html=1;align=center;verticalAlign=middle;whiteSpace=wrap;rounded=0;" parent="1" vertex="1">
          <mxGeometry x="560" y="195" width="30" height="30" as="geometry" />
        </mxCell>
        <mxCell id="JVLtuT8sySUBbFbLTn6r-67" value="" style="group" parent="1" vertex="1" connectable="0">
          <mxGeometry x="680" y="150" width="70" height="60" as="geometry" />
        </mxCell>
        <mxCell id="JVLtuT8sySUBbFbLTn6r-63" value="" style="rounded=1;whiteSpace=wrap;html=1;" parent="JVLtuT8sySUBbFbLTn6r-67" vertex="1">
          <mxGeometry width="70" height="60" as="geometry" />
        </mxCell>
        <mxCell id="JVLtuT8sySUBbFbLTn6r-62" value="" style="group" parent="JVLtuT8sySUBbFbLTn6r-67" vertex="1" connectable="0">
          <mxGeometry width="70" height="60" as="geometry" />
        </mxCell>
        <mxCell id="JVLtuT8sySUBbFbLTn6r-64" value="&lt;font style=&quot;font-size: 16px;&quot;&gt;&lt;b&gt;5&lt;/b&gt;&lt;/font&gt;&lt;b style=&quot;font-size: 16px; background-color: initial;&quot;&gt;V DC&lt;/b&gt;" style="text;html=1;align=center;verticalAlign=middle;whiteSpace=wrap;rounded=0;" parent="JVLtuT8sySUBbFbLTn6r-62" vertex="1">
          <mxGeometry x="5.75" y="15" width="58.5" height="30" as="geometry" />
        </mxCell>
        <mxCell id="JVLtuT8sySUBbFbLTn6r-73" value="" style="group" parent="1" vertex="1" connectable="0">
          <mxGeometry x="680" y="10" width="90" height="50" as="geometry" />
        </mxCell>
        <mxCell id="JVLtuT8sySUBbFbLTn6r-74" value="" style="rounded=1;whiteSpace=wrap;html=1;" parent="JVLtuT8sySUBbFbLTn6r-73" vertex="1">
          <mxGeometry width="90" height="50" as="geometry" />
        </mxCell>
        <mxCell id="JVLtuT8sySUBbFbLTn6r-75" value="&lt;font style=&quot;font-size: 16px;&quot;&gt;&lt;b&gt;12V DC&lt;/b&gt;&lt;/font&gt;" style="text;html=1;align=center;verticalAlign=middle;whiteSpace=wrap;rounded=0;" parent="JVLtuT8sySUBbFbLTn6r-73" vertex="1">
          <mxGeometry x="15.75" y="10" width="58.5" height="30" as="geometry" />
        </mxCell>
        <mxCell id="JVLtuT8sySUBbFbLTn6r-76" value="" style="group" parent="1" vertex="1" connectable="0">
          <mxGeometry x="680" y="80" width="90" height="50" as="geometry" />
        </mxCell>
        <mxCell id="JVLtuT8sySUBbFbLTn6r-77" value="" style="rounded=1;whiteSpace=wrap;html=1;" parent="JVLtuT8sySUBbFbLTn6r-76" vertex="1">
          <mxGeometry width="90" height="50" as="geometry" />
        </mxCell>
        <mxCell id="JVLtuT8sySUBbFbLTn6r-78" value="&lt;font style=&quot;font-size: 16px;&quot;&gt;&lt;b&gt;12V DC&lt;/b&gt;&lt;/font&gt;" style="text;html=1;align=center;verticalAlign=middle;whiteSpace=wrap;rounded=0;" parent="JVLtuT8sySUBbFbLTn6r-76" vertex="1">
          <mxGeometry x="15.75" y="10" width="58.5" height="30" as="geometry" />
        </mxCell>
        <mxCell id="JVLtuT8sySUBbFbLTn6r-82" value="" style="endArrow=classic;html=1;rounded=0;entryX=0;entryY=0.5;entryDx=0;entryDy=0;jumpStyle=arc;strokeColor=#009900;strokeWidth=2;" parent="1" target="JVLtuT8sySUBbFbLTn6r-77" edge="1">
          <mxGeometry width="50" height="50" relative="1" as="geometry">
            <mxPoint x="600" y="35" as="sourcePoint" />
            <mxPoint x="660" y="105" as="targetPoint" />
            <Array as="points">
              <mxPoint x="600" y="105" />
            </Array>
          </mxGeometry>
        </mxCell>
        <mxCell id="JVLtuT8sySUBbFbLTn6r-83" value="" style="endArrow=classic;html=1;rounded=0;entryX=0;entryY=0.75;entryDx=0;entryDy=0;strokeWidth=2;strokeColor=#CCCCCC;flowAnimation=1;flowAnimationTimingFunction=ease-in-out;flowAnimationDirection=alternate-reverse;jumpStyle=arc;flowAnimationDuration=1500;" parent="1" target="JVLtuT8sySUBbFbLTn6r-77" edge="1">
          <mxGeometry width="50" height="50" relative="1" as="geometry">
            <mxPoint x="620" y="50" as="sourcePoint" />
            <mxPoint x="480" y="40" as="targetPoint" />
            <Array as="points">
              <mxPoint x="620" y="130" />
              <mxPoint x="660" y="130" />
              <mxPoint x="660" y="118" />
            </Array>
          </mxGeometry>
        </mxCell>
        <mxCell id="JVLtuT8sySUBbFbLTn6r-88" value="" style="endArrow=classic;html=1;rounded=0;entryX=0;entryY=0.5;entryDx=0;entryDy=0;strokeColor=#009900;strokeWidth=2;jumpStyle=arc;" parent="1" target="JVLtuT8sySUBbFbLTn6r-63" edge="1">
          <mxGeometry width="50" height="50" relative="1" as="geometry">
            <mxPoint x="600" y="100" as="sourcePoint" />
            <mxPoint x="600" y="140" as="targetPoint" />
            <Array as="points">
              <mxPoint x="600" y="190" />
              <mxPoint x="640" y="190" />
              <mxPoint x="640" y="180" />
            </Array>
          </mxGeometry>
        </mxCell>
        <mxCell id="JVLtuT8sySUBbFbLTn6r-89" value="" style="endArrow=classic;html=1;rounded=0;entryX=0;entryY=0.75;entryDx=0;entryDy=0;strokeWidth=2;strokeColor=#CCCCCC;flowAnimation=1;jumpStyle=arc;flowAnimationTimingFunction=ease-in-out;flowAnimationDirection=alternate-reverse;flowAnimationDuration=1500;" parent="1" target="JVLtuT8sySUBbFbLTn6r-63" edge="1">
          <mxGeometry width="50" height="50" relative="1" as="geometry">
            <mxPoint x="620" y="130" as="sourcePoint" />
            <mxPoint x="600" y="100" as="targetPoint" />
            <Array as="points">
              <mxPoint x="620" y="195" />
            </Array>
          </mxGeometry>
        </mxCell>
        <mxCell id="JVLtuT8sySUBbFbLTn6r-90" value="&lt;b&gt;&lt;font style=&quot;font-size: 14px;&quot;&gt;ARDUINO&lt;/font&gt;&lt;/b&gt;" style="rounded=1;whiteSpace=wrap;html=1;" parent="1" vertex="1">
          <mxGeometry x="410" y="210" width="100" height="30" as="geometry" />
        </mxCell>
        <mxCell id="JVLtuT8sySUBbFbLTn6r-91" style="edgeStyle=orthogonalEdgeStyle;rounded=0;orthogonalLoop=1;jettySize=auto;html=1;exitX=0.25;exitY=1;exitDx=0;exitDy=0;entryX=0;entryY=0.75;entryDx=0;entryDy=0;strokeWidth=2;flowAnimation=1;strokeColor=#FF3333;jumpStyle=arc;" parent="1" source="JVLtuT8sySUBbFbLTn6r-34" target="JVLtuT8sySUBbFbLTn6r-90" edge="1">
          <mxGeometry relative="1" as="geometry" />
        </mxCell>
        <mxCell id="JVLtuT8sySUBbFbLTn6r-92" style="edgeStyle=orthogonalEdgeStyle;rounded=0;orthogonalLoop=1;jettySize=auto;html=1;exitX=0.5;exitY=1;exitDx=0;exitDy=0;entryX=0;entryY=0.25;entryDx=0;entryDy=0;strokeWidth=2;flowAnimation=1;strokeColor=#4D4D4D;jumpStyle=arc;" parent="1" source="JVLtuT8sySUBbFbLTn6r-34" target="JVLtuT8sySUBbFbLTn6r-90" edge="1">
          <mxGeometry relative="1" as="geometry" />
        </mxCell>
        <mxCell id="JVLtuT8sySUBbFbLTn6r-93" value="" style="sketch=0;outlineConnect=0;fontColor=#232F3E;gradientColor=none;fillColor=#01A88D;strokeColor=none;dashed=0;verticalLabelPosition=bottom;verticalAlign=top;align=center;html=1;fontSize=12;fontStyle=0;aspect=fixed;shape=mxgraph.aws4.agent2;" parent="1" vertex="1">
          <mxGeometry x="500" y="215" width="20" height="20" as="geometry" />
        </mxCell>
        <mxCell id="0aRQkGjj-KWWZOeJOGup-1" value="" style="endArrow=classic;html=1;rounded=0;entryX=1;entryY=0.75;entryDx=0;entryDy=0;strokeWidth=3;strokeColor=#0000FF;flowAnimation=1;jumpStyle=arc;" edge="1" parent="1" source="0aRQkGjj-KWWZOeJOGup-3" target="JVLtuT8sySUBbFbLTn6r-19">
          <mxGeometry width="50" height="50" relative="1" as="geometry">
            <mxPoint x="40" y="560" as="sourcePoint" />
            <mxPoint x="560" y="420" as="targetPoint" />
            <Array as="points">
              <mxPoint x="270" y="555" />
              <mxPoint x="270" y="389" />
            </Array>
          </mxGeometry>
        </mxCell>
        <mxCell id="0aRQkGjj-KWWZOeJOGup-2" value="" style="group" vertex="1" connectable="0" parent="1">
          <mxGeometry x="270" y="365" width="30" height="170" as="geometry" />
        </mxCell>
        <mxCell id="JVLtuT8sySUBbFbLTn6r-31" value="" style="rounded=1;whiteSpace=wrap;html=1;" parent="0aRQkGjj-KWWZOeJOGup-2" vertex="1">
          <mxGeometry x="5" width="20" height="170" as="geometry" />
        </mxCell>
        <mxCell id="JVLtuT8sySUBbFbLTn6r-32" value="&lt;b&gt;&lt;font style=&quot;font-size: 14px;&quot;&gt;E&lt;/font&gt;&lt;/b&gt;&lt;div&gt;&lt;b&gt;&lt;font style=&quot;font-size: 14px;&quot;&gt;T&lt;/font&gt;&lt;/b&gt;&lt;/div&gt;&lt;div&gt;&lt;b&gt;&lt;font style=&quot;font-size: 14px;&quot;&gt;H&lt;/font&gt;&lt;/b&gt;&lt;/div&gt;&lt;div&gt;&lt;b&gt;&lt;font style=&quot;font-size: 14px;&quot;&gt;E&lt;/font&gt;&lt;/b&gt;&lt;/div&gt;&lt;div&gt;&lt;b&gt;&lt;font style=&quot;font-size: 14px;&quot;&gt;R&lt;/font&gt;&lt;/b&gt;&lt;/div&gt;&lt;div&gt;&lt;b&gt;&lt;font style=&quot;font-size: 14px;&quot;&gt;N&lt;/font&gt;&lt;/b&gt;&lt;/div&gt;&lt;div&gt;&lt;b&gt;&lt;font style=&quot;font-size: 14px;&quot;&gt;E&lt;/font&gt;&lt;/b&gt;&lt;/div&gt;&lt;div&gt;&lt;b&gt;&lt;font style=&quot;font-size: 14px;&quot;&gt;T&lt;/font&gt;&lt;/b&gt;&lt;/div&gt;" style="text;html=1;align=center;verticalAlign=middle;whiteSpace=wrap;rounded=0;" parent="0aRQkGjj-KWWZOeJOGup-2" vertex="1">
          <mxGeometry y="10" width="30" height="150" as="geometry" />
        </mxCell>
        <mxCell id="0aRQkGjj-KWWZOeJOGup-3" value="" style="sketch=0;pointerEvents=1;shadow=0;dashed=0;html=1;strokeColor=none;fillColor=#434445;aspect=fixed;labelPosition=center;verticalLabelPosition=bottom;verticalAlign=top;align=center;outlineConnect=0;shape=mxgraph.vvd.ethernet_port;" vertex="1" parent="1">
          <mxGeometry x="10" y="530" width="50" height="50" as="geometry" />
        </mxCell>
        <mxCell id="0aRQkGjj-KWWZOeJOGup-6" value="" style="group" vertex="1" connectable="0" parent="1">
          <mxGeometry x="890" width="60" height="70" as="geometry" />
        </mxCell>
        <mxCell id="0aRQkGjj-KWWZOeJOGup-4" value="" style="rounded=1;whiteSpace=wrap;html=1;" vertex="1" parent="0aRQkGjj-KWWZOeJOGup-6">
          <mxGeometry x="10" y="11.666666666666668" width="40" height="46.66666666666667" as="geometry" />
        </mxCell>
        <mxCell id="0aRQkGjj-KWWZOeJOGup-5" value="&lt;b&gt;&lt;font style=&quot;font-size: 16px;&quot;&gt;N2+&lt;/font&gt;&lt;/b&gt;" style="text;html=1;align=center;verticalAlign=middle;whiteSpace=wrap;rounded=0;" vertex="1" parent="0aRQkGjj-KWWZOeJOGup-6">
          <mxGeometry x="10" y="11.666666666666668" width="40" height="46.66666666666667" as="geometry" />
        </mxCell>
        <mxCell id="0aRQkGjj-KWWZOeJOGup-7" style="edgeStyle=orthogonalEdgeStyle;rounded=0;orthogonalLoop=1;jettySize=auto;html=1;exitX=1;exitY=0.25;exitDx=0;exitDy=0;entryX=0;entryY=0.25;entryDx=0;entryDy=0;strokeWidth=2;jumpStyle=arc;flowAnimation=1;strokeColor=#FF3333;" edge="1" parent="1" source="JVLtuT8sySUBbFbLTn6r-74" target="0aRQkGjj-KWWZOeJOGup-5">
          <mxGeometry relative="1" as="geometry" />
        </mxCell>
        <mxCell id="0aRQkGjj-KWWZOeJOGup-8" style="edgeStyle=orthogonalEdgeStyle;rounded=0;orthogonalLoop=1;jettySize=auto;html=1;exitX=1;exitY=0.75;exitDx=0;exitDy=0;entryX=0;entryY=0.75;entryDx=0;entryDy=0;" edge="1" parent="1" source="JVLtuT8sySUBbFbLTn6r-74" target="0aRQkGjj-KWWZOeJOGup-5">
          <mxGeometry relative="1" as="geometry" />
        </mxCell>
        <mxCell id="0aRQkGjj-KWWZOeJOGup-11" value="" style="group" vertex="1" connectable="0" parent="1">
          <mxGeometry x="830" y="270" width="120" height="60" as="geometry" />
        </mxCell>
        <mxCell id="0aRQkGjj-KWWZOeJOGup-9" value="" style="shape=process;whiteSpace=wrap;html=1;backgroundOutline=1;" vertex="1" parent="0aRQkGjj-KWWZOeJOGup-11">
          <mxGeometry width="120" height="60" as="geometry" />
        </mxCell>
        <mxCell id="0aRQkGjj-KWWZOeJOGup-10" value="&lt;b&gt;COMMON&lt;/b&gt;&lt;div&gt;&lt;b&gt;GROUND&lt;/b&gt;&lt;/div&gt;" style="text;html=1;align=center;verticalAlign=middle;whiteSpace=wrap;rounded=0;" vertex="1" parent="0aRQkGjj-KWWZOeJOGup-11">
          <mxGeometry x="30" y="15" width="60" height="30" as="geometry" />
        </mxCell>
        <mxCell id="0aRQkGjj-KWWZOeJOGup-12" value="" style="endArrow=classic;html=1;rounded=0;entryX=0;entryY=0.25;entryDx=0;entryDy=0;strokeWidth=2;strokeColor=#666666;flowAnimation=1;jumpStyle=arc;" edge="1" parent="1" target="0aRQkGjj-KWWZOeJOGup-9">
          <mxGeometry width="50" height="50" relative="1" as="geometry">
            <mxPoint x="365" y="215" as="sourcePoint" />
            <mxPoint x="735" y="340" as="targetPoint" />
            <Array as="points">
              <mxPoint x="370" y="285" />
            </Array>
          </mxGeometry>
        </mxCell>
      </root>
    </mxGraphModel>
  </diagram>
</mxfile>
